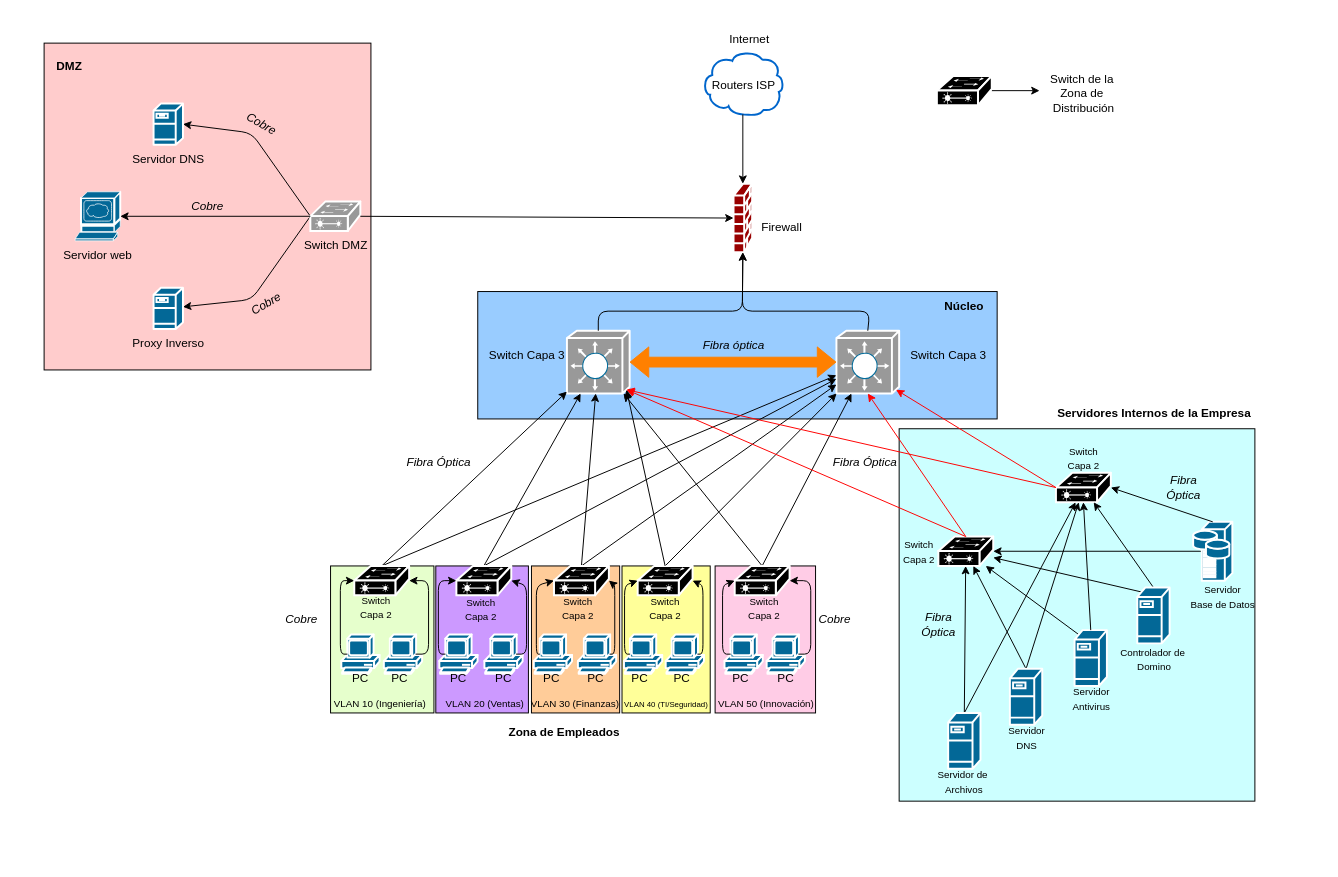
This is f1-propuesta-arquitectura/topologia.drawio from vargasesc17/proyecto-redes-2026-2, a draw.io file, before an edit. Source tidied: cells renumbered, new cells numbered last; positions are measured from the earlier drawing's top-left corner, leaving out a move shared by most shapes. Both pictures are drawn from the tidied source at 98%, with x=0, y=0 at pixel (44, 24).
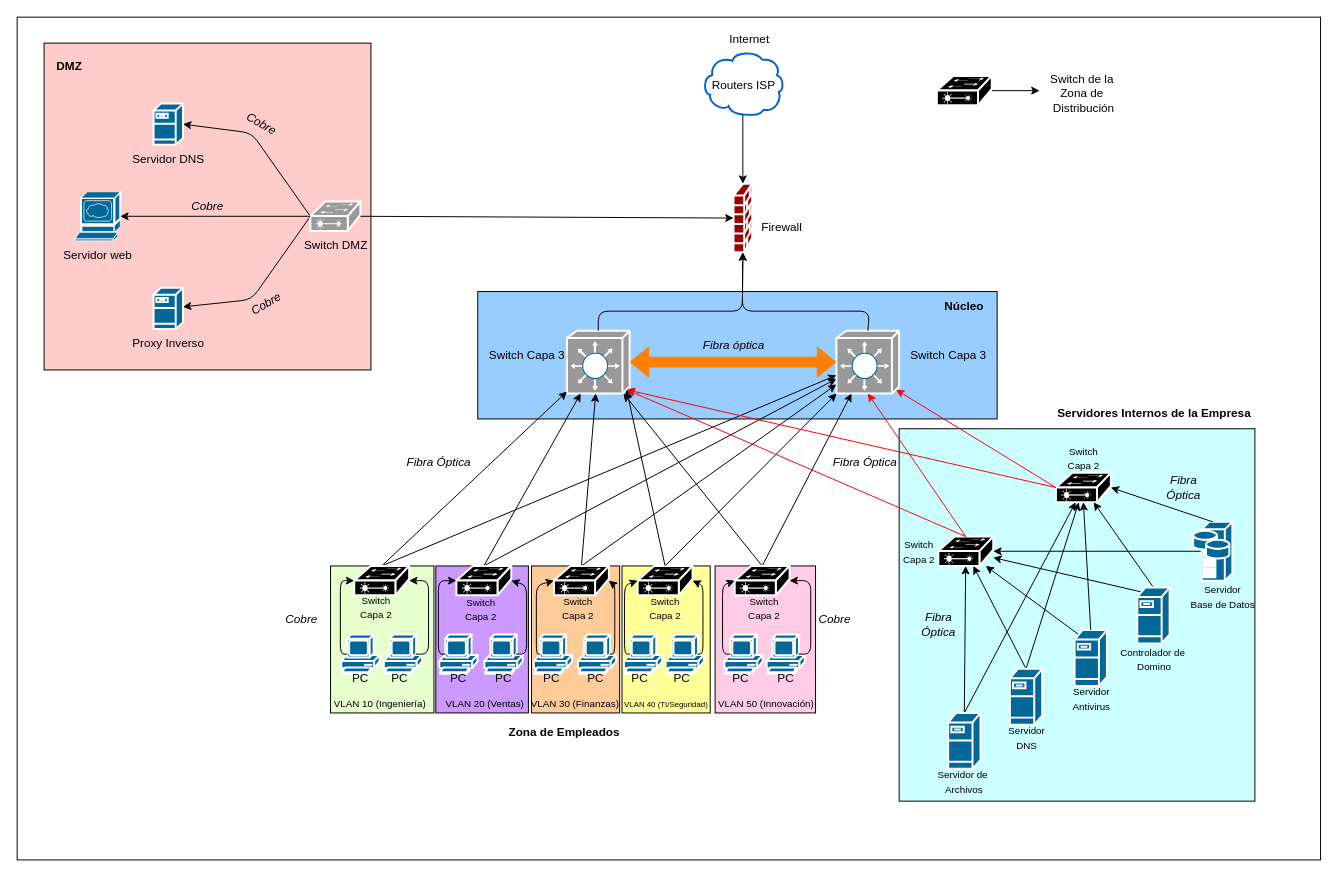
Above is the later version.

Commit message (it also covers changes not shown here):
Añadir gitignore y modificar imgs de la topología

Diff of the diagram source:
```diff
@@
+    <mxCell id="135" style="rounded=0;whiteSpace=wrap;html=1;" parent="1" vertex="1">
+      <mxGeometry x="-28" y="-8" width="1330" height="860" as="geometry" />
+    </mxCell>
```
